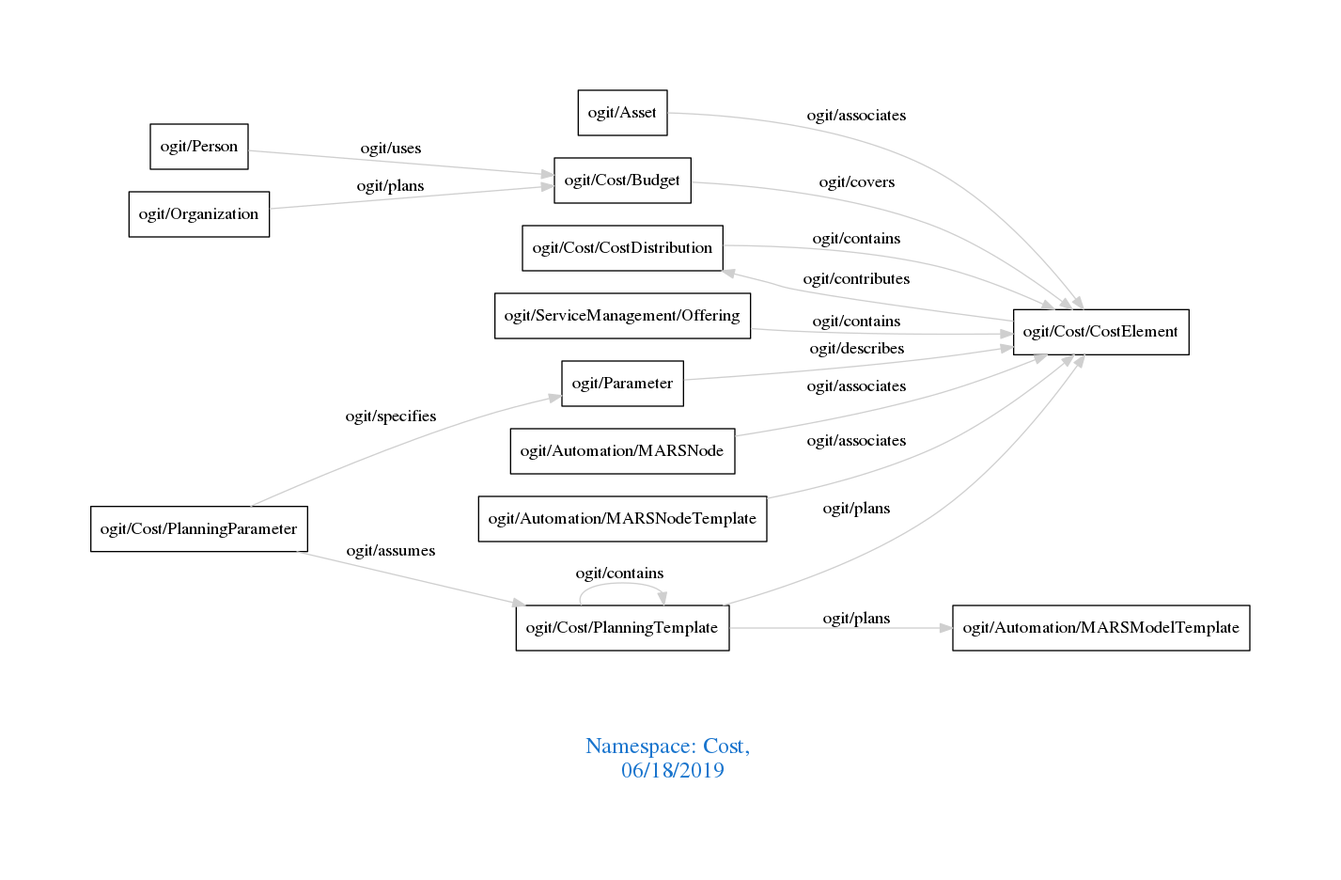
The Graphviz diagram downloads/Cost.png in arago/OGIT, before a commit. Its source is kept beside it as downloads/Cost.dot.
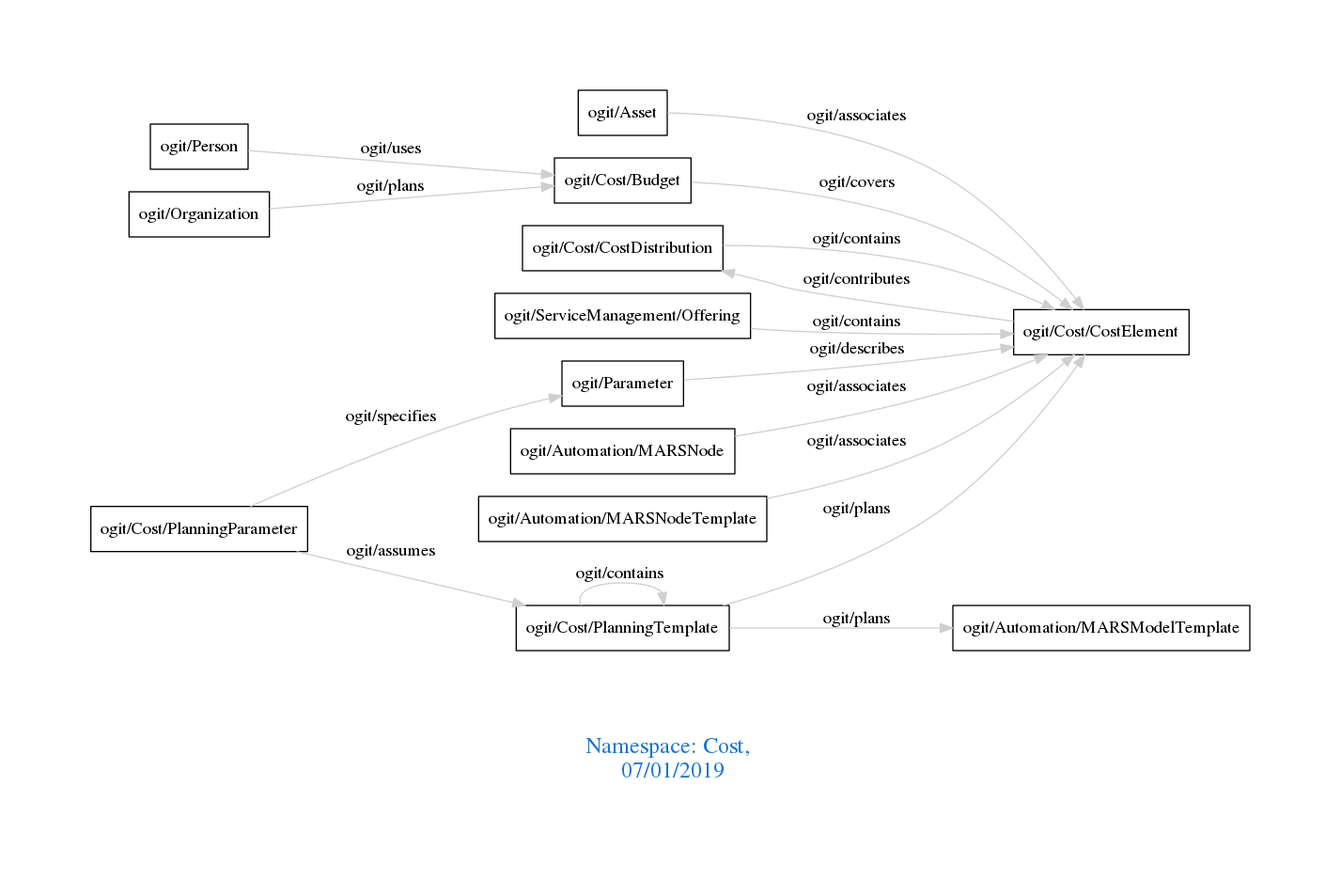
The same file after the commit.

Diff of the diagram source:
```diff
@@ -1,7 +1,7 @@
 digraph OGIT_ontology {
  graph [ rankdir= LR,pad=1
 fontsize = 18,
-fontcolor= dodgerblue3,label = "\n\n\nNamespace: Cost, \n 06/18/2019"];
+fontcolor= dodgerblue3,label = "\n\n\nNamespace: Cost, \n 07/01/2019"];
 node[shape=polygon];
 edge [  color="gray81"];
 
```
